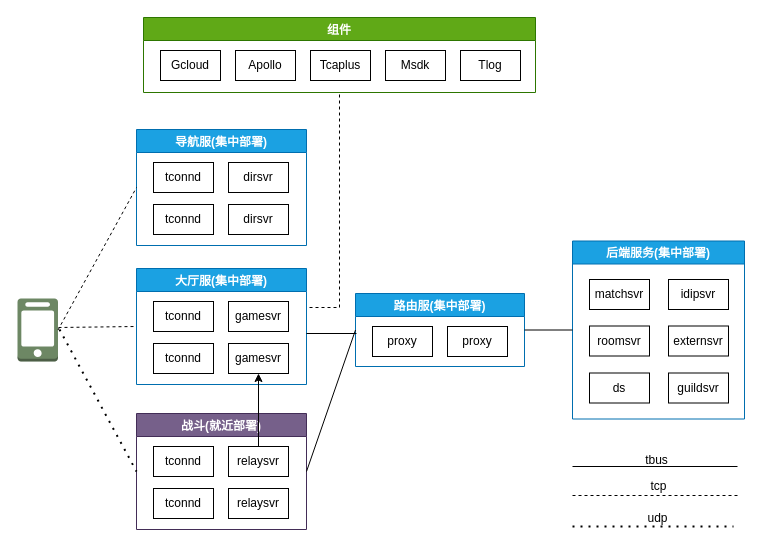
Above: page "整体架构图" (1 of 6) of NISHIKI架构.drawio in Memoryss/NISHIKI (draw.io), before the change. Source tidied: cells renumbered, new cells numbered last; positions are measured from the earlier drawing's top-left corner, leaving out a move shared by most shapes. Both pictures are drawn from the tidied source at 100%, with x=0, y=0 at pixel (17, 17).
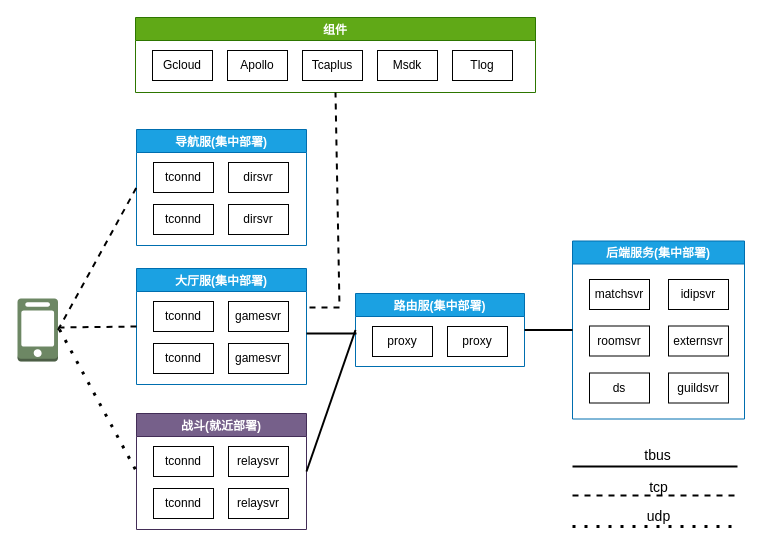
After the change.

The change refers to these unchanged cells:
```xml
<mxCell id="2" style="outlineConnect=0;dashed=0;verticalLabelPosition=bottom;verticalAlign=top;align=center;html=1;shape=mxgraph.aws3.mobile_client;fillColor=#6d8764;strokeColor=#3A5431;fontColor=#ffffff;" parent="1" vertex="1">
  <mxGeometry y="281" width="40.5" height="63" as="geometry" />
</mxCell>
<mxCell id="3" value="战斗(就近部署)" style="swimlane;fillColor=#76608a;fontColor=#ffffff;strokeColor=#432D57;" parent="1" vertex="1">
  <mxGeometry x="119" y="396" width="170" height="116" as="geometry" />
</mxCell>
<mxCell id="5" value="relaysvr" style="whiteSpace=wrap;html=1;" parent="3" vertex="1">
  <mxGeometry x="92" y="33" width="60" height="30" as="geometry" />
</mxCell>
<mxCell id="8" value="后端服务(集中部署)" style="swimlane;fillColor=#1ba1e2;fontColor=#ffffff;strokeColor=#006EAF;" parent="1" vertex="1">
  <mxGeometry x="555" y="223.5" width="172" height="178" as="geometry" />
</mxCell>
<mxCell id="15" value="大厅服(集中部署)" style="swimlane;fillColor=#1ba1e2;fontColor=#ffffff;strokeColor=#006EAF;" parent="1" vertex="1">
  <mxGeometry x="119" y="251" width="170" height="116" as="geometry" />
</mxCell>
<mxCell id="19" value="gamesvr" style="whiteSpace=wrap;html=1;" parent="15" vertex="1">
  <mxGeometry x="92" y="75" width="60" height="30" as="geometry" />
</mxCell>
<mxCell id="20" value="导航服(集中部署)" style="swimlane;fillColor=#1ba1e2;fontColor=#ffffff;strokeColor=#006EAF;" parent="1" vertex="1">
  <mxGeometry x="119" y="112" width="170" height="116" as="geometry" />
</mxCell>
<mxCell id="25" value="路由服(集中部署)" style="swimlane;startSize=23;fillColor=#1ba1e2;fontColor=#ffffff;strokeColor=#006EAF;" parent="1" vertex="1">
  <mxGeometry x="338" y="276" width="169" height="73" as="geometry" />
</mxCell>
```

Change to the diagram source:
```diff
@@
-    <mxCell id="28" style="endArrow=none;dashed=1;html=1;rounded=0;exitX=1;exitY=0.5;exitDx=0;exitDy=0;exitPerimeter=0;entryX=0;entryY=0.5;entryDx=0;entryDy=0;" parent="1" edge="1" source="2" target="20">
+    <mxCell id="28" style="endArrow=none;dashed=1;html=1;rounded=0;exitX=1;exitY=0.5;exitDx=0;exitDy=0;exitPerimeter=0;entryX=0;entryY=0.5;entryDx=0;entryDy=0;jumpSize=6;strokeWidth=2;" parent="1" edge="1" source="2" target="20">
       <mxGeometry relative="1" as="geometry" />
     </mxCell>
-    <mxCell id="29" style="endArrow=none;dashed=1;html=1;rounded=0;entryX=0;entryY=0.5;entryDx=0;entryDy=0;" parent="1" edge="1" target="15">
+    <mxCell id="29" style="endArrow=none;dashed=1;html=1;rounded=0;entryX=0;entryY=0.5;entryDx=0;entryDy=0;strokeWidth=2;" parent="1" edge="1" target="15">
       <mxGeometry relative="1" as="geometry">
         <mxPoint x="41" y="310" as="sourcePoint" />
       </mxGeometry>
     </mxCell>
-    <mxCell id="30" style="endArrow=none;html=1;rounded=0;" parent="1" edge="1">
+    <mxCell id="30" style="endArrow=none;html=1;rounded=0;strokeWidth=2;" parent="1" edge="1">
       <mxGeometry relative="1" as="geometry">
         <mxPoint x="289" y="316" as="sourcePoint" />
         <mxPoint x="339" y="316" as="targetPoint" />
       </mxGeometry>
     </mxCell>
-    <mxCell id="31" style="endArrow=none;html=1;rounded=0;exitX=1;exitY=0.5;exitDx=0;exitDy=0;entryX=0;entryY=0.5;entryDx=0;entryDy=0;" parent="1" edge="1" source="3" target="25">
+    <mxCell id="31" style="endArrow=none;html=1;rounded=0;exitX=1;exitY=0.5;exitDx=0;exitDy=0;entryX=0;entryY=0.5;entryDx=0;entryDy=0;strokeWidth=2;" parent="1" edge="1" source="3" target="25">
       <mxGeometry relative="1" as="geometry" />
     </mxCell>
     <mxCell id="32" value="组件" style="swimlane;fillColor=#60a917;fontColor=#ffffff;strokeColor=#2D7600;" parent="1" vertex="1">
-      <mxGeometry x="126" width="392" height="75" as="geometry" />
+      <mxGeometry x="118" width="400" height="75" as="geometry" />
     </mxCell>
@@
-    <mxCell id="38" style="endArrow=none;html=1;rounded=0;entryX=0;entryY=0.5;entryDx=0;entryDy=0;exitX=1;exitY=0.5;exitDx=0;exitDy=0;" parent="1" edge="1" source="25" target="8">
+    <mxCell id="38" style="endArrow=none;html=1;rounded=0;entryX=0;entryY=0.5;entryDx=0;entryDy=0;exitX=1;exitY=0.5;exitDx=0;exitDy=0;strokeWidth=2;" parent="1" edge="1" source="25" target="8">
       <mxGeometry relative="1" as="geometry" />
     </mxCell>
-    <mxCell id="39" style="endArrow=none;dashed=1;html=1;rounded=0;entryX=0.5;entryY=1;entryDx=0;entryDy=0;" parent="1" edge="1" target="32">
+    <mxCell id="39" style="endArrow=none;dashed=1;html=1;rounded=0;entryX=0.5;entryY=1;entryDx=0;entryDy=0;strokeWidth=2;" parent="1" edge="1" target="32">
       <mxGeometry relative="1" as="geometry">
         <mxPoint x="292" y="290" as="sourcePoint" />
         <Array as="points">
           <mxPoint x="322" y="290" />
         </Array>
       </mxGeometry>
     </mxCell>
-    <mxCell id="40" style="endArrow=none;html=1;rounded=0;" parent="1" edge="1">
+    <mxCell id="40" style="endArrow=none;html=1;rounded=0;strokeWidth=2;" parent="1" edge="1">
       <mxGeometry relative="1" as="geometry">
         <mxPoint x="555" y="449" as="sourcePoint" />
         <mxPoint x="720" y="449" as="targetPoint" />
       </mxGeometry>
     </mxCell>
-    <mxCell id="41" value="tbus" style="text;html=1;align=center;verticalAlign=middle;strokeColor=none;fillColor=none;" parent="1" vertex="1">
-      <mxGeometry x="623" y="434" width="32" height="18" as="geometry" />
+    <mxCell id="41" value="&lt;font style=&quot;font-size: 14px&quot;&gt;tbus&lt;/font&gt;" style="text;html=1;align=center;verticalAlign=middle;strokeColor=none;fillColor=none;" parent="1" vertex="1">
+      <mxGeometry x="622" y="429" width="36" height="18" as="geometry" />
     </mxCell>
-    <mxCell id="42" style="endArrow=none;dashed=1;html=1;dashPattern=1 3;strokeWidth=2;rounded=0;entryX=0;entryY=0.5;entryDx=0;entryDy=0;" parent="1" edge="1" target="3">
+    <mxCell id="42" style="endArrow=none;dashed=1;html=1;dashPattern=1 3;strokeWidth=3;rounded=0;entryX=0;entryY=0.5;entryDx=0;entryDy=0;" parent="1" edge="1" target="3">
       <mxGeometry relative="1" as="geometry">
         <mxPoint x="42" y="312" as="sourcePoint" />
       </mxGeometry>
     </mxCell>
-    <mxCell id="43" style="endArrow=none;dashed=1;html=1;rounded=0;" parent="1" edge="1">
+    <mxCell id="43" style="endArrow=none;dashed=1;html=1;rounded=0;strokeWidth=2;" parent="1" edge="1">
       <mxGeometry relative="1" as="geometry">
         <mxPoint x="555" y="478" as="sourcePoint" />
         <mxPoint x="722" y="478" as="targetPoint" />
       </mxGeometry>
     </mxCell>
-    <mxCell id="44" value="tcp" style="text;html=1;align=center;verticalAlign=middle;strokeColor=none;fillColor=none;" parent="1" vertex="1">
-      <mxGeometry x="628" y="460" width="26" height="18" as="geometry" />
+    <mxCell id="44" value="tcp" style="text;html=1;align=center;verticalAlign=middle;strokeColor=none;fillColor=none;strokeWidth=2;fontSize=14;" parent="1" vertex="1">
+      <mxGeometry x="627" y="459" width="28" height="21" as="geometry" />
     </mxCell>
-    <mxCell id="45" style="endArrow=none;dashed=1;html=1;dashPattern=1 3;strokeWidth=2;rounded=0;" parent="1" edge="1">
+    <mxCell id="45" style="endArrow=none;dashed=1;html=1;dashPattern=1 3;strokeWidth=3;rounded=0;" parent="1" edge="1">
       <mxGeometry relative="1" as="geometry">
         <mxPoint x="555" y="509" as="sourcePoint" />
         <mxPoint x="716" y="509" as="targetPoint" />
       </mxGeometry>
     </mxCell>
-    <mxCell id="46" value="udp" style="text;html=1;align=center;verticalAlign=middle;strokeColor=none;fillColor=none;" parent="1" vertex="1">
-      <mxGeometry x="625" y="492" width="30" height="18" as="geometry" />
+    <mxCell id="46" value="udp" style="text;html=1;align=center;verticalAlign=middle;strokeColor=none;fillColor=none;fontSize=14;" parent="1" vertex="1">
+      <mxGeometry x="624.5" y="488" width="33" height="21" as="geometry" />
     </mxCell>
-    <mxCell id="47" style="edgeStyle=orthogonalEdgeStyle;rounded=0;jettySize=auto;html=1;" parent="1" edge="1" source="5" target="19">
-      <mxGeometry relative="1" as="geometry" />
-    </mxCell>
```
